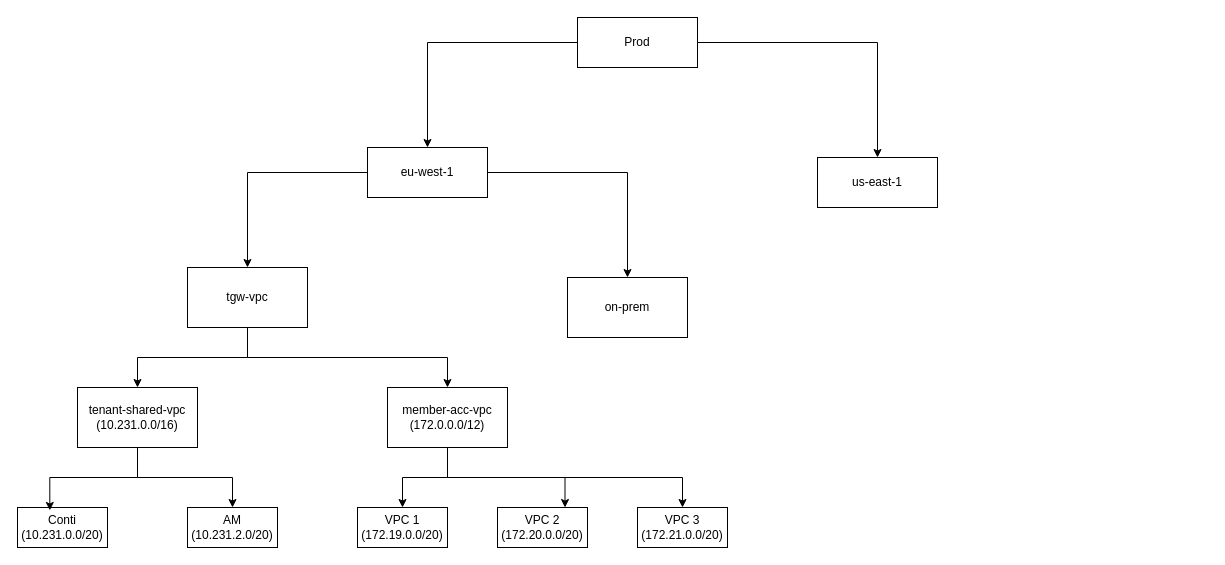
Above: ipam-structure.drawio in pranjal0791/aws-codepipeline-s3-codedeploy-linux (draw.io), before the change. Source tidied: cells renumbered, new cells numbered last; positions are measured from the earlier drawing's top-left corner, leaving out a move shared by most shapes. Both pictures are drawn from the tidied source at 100%, with x=0, y=0 at pixel (17, 17).
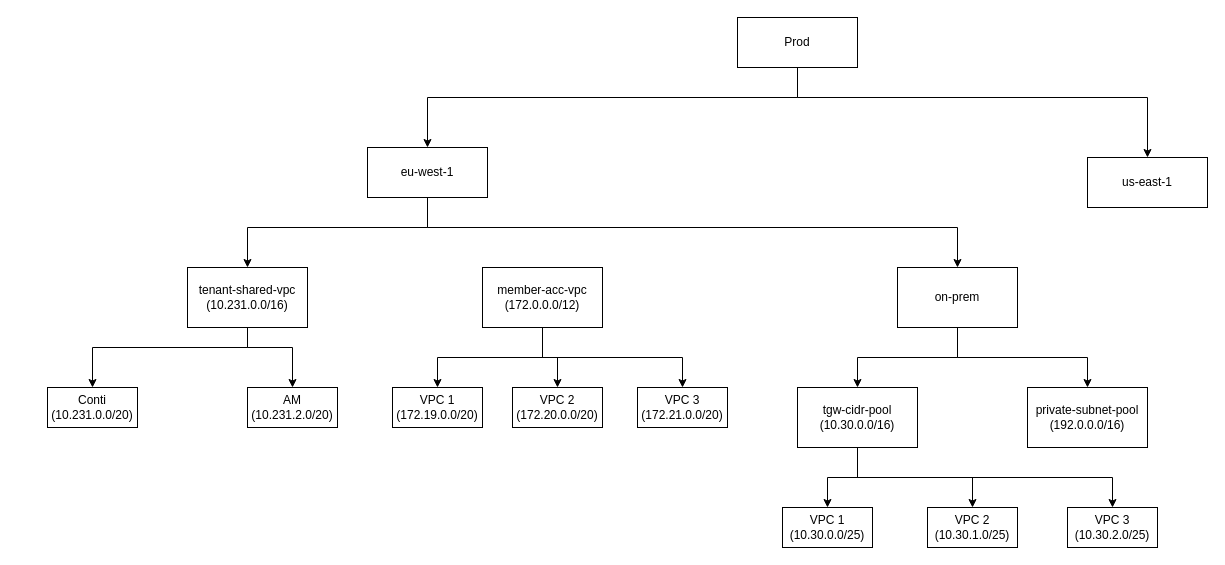
The same diagram, later.

The change refers to these unchanged cells:
```xml
<mxCell id="7" value="eu-west-1" style="rounded=0;whiteSpace=wrap;html=1;" parent="1" vertex="1">
  <mxGeometry x="350" y="130" width="120" height="50" as="geometry" />
</mxCell>
```

The edit, as a diff of the source:
```diff
@@
     <mxCell id="2" style="edgeStyle=orthogonalEdgeStyle;rounded=0;jettySize=auto;html=1;entryX=0.5;entryY=0;entryDx=0;entryDy=0;" parent="1" edge="1" source="4" target="7">
-      <mxGeometry relative="1" as="geometry" />
+      <mxGeometry relative="1" as="geometry">
+        <Array as="points">
+          <mxPoint x="780" y="80" />
+          <mxPoint x="410" y="80" />
+        </Array>
+      </mxGeometry>
     </mxCell>
     <mxCell id="3" style="edgeStyle=orthogonalEdgeStyle;rounded=0;jettySize=auto;html=1;" parent="1" edge="1" source="4" target="8">
-      <mxGeometry relative="1" as="geometry" />
+      <mxGeometry relative="1" as="geometry">
+        <Array as="points">
+          <mxPoint x="780" y="80" />
+          <mxPoint x="1130" y="80" />
+        </Array>
+      </mxGeometry>
     </mxCell>
     <mxCell id="4" value="Prod" style="rounded=0;whiteSpace=wrap;html=1;" parent="1" vertex="1">
-      <mxGeometry x="560" width="120" height="50" as="geometry" />
+      <mxGeometry x="720" width="120" height="50" as="geometry" />
     </mxCell>
     <mxCell id="5" style="edgeStyle=orthogonalEdgeStyle;rounded=0;jettySize=auto;html=1;entryX=0.5;entryY=0;entryDx=0;entryDy=0;" parent="1" edge="1" source="7" target="12">
-      <mxGeometry relative="1" as="geometry" />
+      <mxGeometry relative="1" as="geometry">
+        <Array as="points">
+          <mxPoint x="410" y="210" />
+          <mxPoint x="230" y="210" />
+        </Array>
+      </mxGeometry>
     </mxCell>
     <mxCell id="6" style="edgeStyle=orthogonalEdgeStyle;rounded=0;jettySize=auto;html=1;" parent="1" edge="1" source="7" target="9">
-      <mxGeometry relative="1" as="geometry" />
+      <mxGeometry relative="1" as="geometry">
+        <Array as="points">
+          <mxPoint x="410" y="210" />
+          <mxPoint x="940" y="210" />
+        </Array>
+      </mxGeometry>
     </mxCell>
@@
     <mxCell id="8" value="us-east-1" style="rounded=0;whiteSpace=wrap;html=1;" parent="1" vertex="1">
-      <mxGeometry x="800" y="140" width="120" height="50" as="geometry" />
+      <mxGeometry x="1070" y="140" width="120" height="50" as="geometry" />
     </mxCell>
+    <mxCell id="25" style="edgeStyle=orthogonalEdgeStyle;rounded=0;jettySize=auto;html=1;entryX=0.5;entryY=0;entryDx=0;entryDy=0;" parent="1" edge="1" source="9" target="32">
+      <mxGeometry relative="1" as="geometry" />
+    </mxCell>
+    <mxCell id="26" style="edgeStyle=orthogonalEdgeStyle;rounded=0;jettySize=auto;html=1;" parent="1" edge="1" source="9" target="33">
+      <mxGeometry relative="1" as="geometry">
+        <Array as="points">
+          <mxPoint x="940" y="340" />
+          <mxPoint x="1070" y="340" />
+        </Array>
+      </mxGeometry>
+    </mxCell>
     <mxCell id="9" value="on-prem" style="rounded=0;whiteSpace=wrap;html=1;" parent="1" vertex="1">
-      <mxGeometry x="550" y="260" width="120" height="60" as="geometry" />
+      <mxGeometry x="880" y="250" width="120" height="60" as="geometry" />
     </mxCell>
-    <mxCell id="10" style="edgeStyle=orthogonalEdgeStyle;rounded=0;jettySize=auto;html=1;" parent="1" edge="1" source="12" target="14">
-      <mxGeometry relative="1" as="geometry" />
-    </mxCell>
-    <mxCell id="11" style="edgeStyle=orthogonalEdgeStyle;rounded=0;jettySize=auto;html=1;" parent="1" edge="1" source="12" target="18">
-      <mxGeometry relative="1" as="geometry">
-        <Array as="points">
-          <mxPoint x="230" y="340" />
-          <mxPoint x="430" y="340" />
-        </Array>
-      </mxGeometry>
-    </mxCell>
+    <mxCell id="27" style="edgeStyle=orthogonalEdgeStyle;rounded=0;jettySize=auto;html=1;entryX=0.5;entryY=0;entryDx=0;entryDy=0;" parent="1" edge="1" source="12" target="19">
+      <mxGeometry relative="1" as="geometry">
+        <Array as="points">
+          <mxPoint x="230" y="330" />
+          <mxPoint x="75" y="330" />
+        </Array>
+      </mxGeometry>
+    </mxCell>
+    <mxCell id="28" style="edgeStyle=orthogonalEdgeStyle;rounded=0;jettySize=auto;html=1;entryX=0.5;entryY=0;entryDx=0;entryDy=0;" parent="1" edge="1" source="12" target="20">
+      <mxGeometry relative="1" as="geometry">
+        <Array as="points">
+          <mxPoint x="230" y="330" />
+          <mxPoint x="275" y="330" />
+        </Array>
+      </mxGeometry>
+    </mxCell>
-    <mxCell id="12" value="tgw-vpc" style="rounded=0;whiteSpace=wrap;html=1;" parent="1" vertex="1">
+    <mxCell id="12" value="tenant-shared-vpc&lt;div&gt;(10.231.0.0/16)&lt;/div&gt;" style="rounded=0;whiteSpace=wrap;html=1;" parent="1" vertex="1">
       <mxGeometry x="170" y="250" width="120" height="60" as="geometry" />
     </mxCell>
-    <mxCell id="13" style="edgeStyle=orthogonalEdgeStyle;rounded=0;jettySize=auto;html=1;" parent="1" edge="1" source="14" target="20">
-      <mxGeometry relative="1" as="geometry" />
-    </mxCell>
-    <mxCell id="14" value="tenant-shared-vpc&lt;div&gt;(10.231.0.0/16)&lt;/div&gt;" style="rounded=0;whiteSpace=wrap;html=1;" parent="1" vertex="1">
-      <mxGeometry x="60" y="370" width="120" height="60" as="geometry" />
-    </mxCell>
+    <mxCell id="19" value="Conti (10.231.0.0/20)" style="rounded=0;whiteSpace=wrap;html=1;" parent="1" vertex="1">
+      <mxGeometry x="30" y="370" width="90" height="40" as="geometry" />
+    </mxCell>
+    <mxCell id="20" value="AM (10.231.2.0/20)" style="rounded=0;whiteSpace=wrap;html=1;" parent="1" vertex="1">
+      <mxGeometry x="230" y="370" width="90" height="40" as="geometry" />
+    </mxCell>
+    <mxCell id="22" value="VPC 1 (172.19.0.0/20)" style="rounded=0;whiteSpace=wrap;html=1;" parent="1" vertex="1">
+      <mxGeometry x="375" y="370" width="90" height="40" as="geometry" />
+    </mxCell>
+    <mxCell id="23" value="VPC 2 (172.20.0.0/20)" style="rounded=0;whiteSpace=wrap;html=1;" parent="1" vertex="1">
+      <mxGeometry x="495" y="370" width="90" height="40" as="geometry" />
+    </mxCell>
+    <mxCell id="24" value="VPC 3 (172.21.0.0/20)" style="rounded=0;whiteSpace=wrap;html=1;" parent="1" vertex="1">
+      <mxGeometry x="620" y="370" width="90" height="40" as="geometry" />
+    </mxCell>
+    <mxCell id="29" style="edgeStyle=orthogonalEdgeStyle;rounded=0;jettySize=auto;html=1;entryX=0.5;entryY=0;entryDx=0;entryDy=0;" parent="1" edge="1" source="32" target="34">
+      <mxGeometry relative="1" as="geometry" />
+    </mxCell>
+    <mxCell id="30" style="edgeStyle=orthogonalEdgeStyle;rounded=0;jettySize=auto;html=1;" parent="1" edge="1" source="32" target="36">
+      <mxGeometry relative="1" as="geometry">
+        <Array as="points">
+          <mxPoint x="840" y="460" />
+          <mxPoint x="955" y="460" />
+        </Array>
+      </mxGeometry>
+    </mxCell>
+    <mxCell id="31" style="edgeStyle=orthogonalEdgeStyle;rounded=0;jettySize=auto;html=1;" parent="1" edge="1" source="32" target="35">
+      <mxGeometry relative="1" as="geometry">
+        <Array as="points">
+          <mxPoint x="840" y="460" />
+          <mxPoint x="1095" y="460" />
+        </Array>
+      </mxGeometry>
+    </mxCell>
+    <mxCell id="32" value="tgw-cidr-pool&lt;div&gt;(10.30.0.0/16)&lt;/div&gt;" style="rounded=0;whiteSpace=wrap;html=1;" parent="1" vertex="1">
+      <mxGeometry x="780" y="370" width="120" height="60" as="geometry" />
+    </mxCell>
+    <mxCell id="33" value="private-subnet-pool&lt;div&gt;(192.0.0.0/16)&lt;/div&gt;" style="rounded=0;whiteSpace=wrap;html=1;" parent="1" vertex="1">
+      <mxGeometry x="1010" y="370" width="120" height="60" as="geometry" />
+    </mxCell>
+    <mxCell id="34" value="VPC 1 (10.30.0.0/25)" style="rounded=0;whiteSpace=wrap;html=1;" parent="1" vertex="1">
+      <mxGeometry x="765" y="490" width="90" height="40" as="geometry" />
+    </mxCell>
+    <mxCell id="35" value="VPC 3 (10.30.2.0/25)" style="rounded=0;whiteSpace=wrap;html=1;" parent="1" vertex="1">
+      <mxGeometry x="1050" y="490" width="90" height="40" as="geometry" />
+    </mxCell>
+    <mxCell id="36" value="VPC 2 (10.30.1.0/25)" style="rounded=0;whiteSpace=wrap;html=1;" parent="1" vertex="1">
+      <mxGeometry x="910" y="490" width="90" height="40" as="geometry" />
+    </mxCell>
-    <mxCell id="15" style="edgeStyle=orthogonalEdgeStyle;rounded=0;jettySize=auto;html=1;" parent="1" edge="1" source="18" target="22">
+    <mxCell id="15" style="edgeStyle=orthogonalEdgeStyle;rounded=0;jettySize=auto;html=1;entryX=0.5;entryY=0;entryDx=0;entryDy=0;" parent="1" edge="1" source="18" target="22">
       <mxGeometry relative="1" as="geometry" />
     </mxCell>
-    <mxCell id="16" style="edgeStyle=orthogonalEdgeStyle;rounded=0;jettySize=auto;html=1;entryX=0.75;entryY=0;entryDx=0;entryDy=0;" parent="1" edge="1" source="18" target="23">
+    <mxCell id="16" style="edgeStyle=orthogonalEdgeStyle;rounded=0;jettySize=auto;html=1;entryX=0.5;entryY=0;entryDx=0;entryDy=0;" parent="1" edge="1" source="18" target="23">
       <mxGeometry relative="1" as="geometry" />
     </mxCell>
-    <mxCell id="17" style="edgeStyle=orthogonalEdgeStyle;rounded=0;jettySize=auto;html=1;entryX=0.5;entryY=0;entryDx=0;entryDy=0;" parent="1" edge="1" source="18" target="24">
+    <mxCell id="17" style="edgeStyle=orthogonalEdgeStyle;rounded=0;jettySize=auto;html=1;" parent="1" edge="1" source="18" target="24">
       <mxGeometry relative="1" as="geometry">
         <Array as="points">
-          <mxPoint x="430" y="460" />
-          <mxPoint x="665" y="460" />
+          <mxPoint x="525" y="340" />
+          <mxPoint x="665" y="340" />
         </Array>
       </mxGeometry>
     </mxCell>
     <mxCell id="18" value="member-acc-vpc&lt;div&gt;(172.0.0.0/12)&lt;/div&gt;" style="rounded=0;whiteSpace=wrap;html=1;" parent="1" vertex="1">
-      <mxGeometry x="370" y="370" width="120" height="60" as="geometry" />
+      <mxGeometry x="465" y="250" width="120" height="60" as="geometry" />
     </mxCell>
-    <mxCell id="19" value="Conti (10.231.0.0/20)" style="rounded=0;whiteSpace=wrap;html=1;" parent="1" vertex="1">
-      <mxGeometry y="490" width="90" height="40" as="geometry" />
-    </mxCell>
-    <mxCell id="20" value="AM (10.231.2.0/20)" style="rounded=0;whiteSpace=wrap;html=1;" parent="1" vertex="1">
-      <mxGeometry x="170" y="490" width="90" height="40" as="geometry" />
-    </mxCell>
-    <mxCell id="21" style="edgeStyle=orthogonalEdgeStyle;rounded=0;jettySize=auto;html=1;entryX=0.359;entryY=0.074;entryDx=0;entryDy=0;entryPerimeter=0;" parent="1" edge="1" source="14" target="19">
-      <mxGeometry relative="1" as="geometry" />
-    </mxCell>
-    <mxCell id="22" value="VPC 1 (172.19.0.0/20)" style="rounded=0;whiteSpace=wrap;html=1;" parent="1" vertex="1">
-      <mxGeometry x="340" y="490" width="90" height="40" as="geometry" />
-    </mxCell>
-    <mxCell id="23" value="VPC 2 (172.20.0.0/20)" style="rounded=0;whiteSpace=wrap;html=1;" parent="1" vertex="1">
-      <mxGeometry x="480" y="490" width="90" height="40" as="geometry" />
-    </mxCell>
-    <mxCell id="24" value="VPC 3 (172.21.0.0/20)" style="rounded=0;whiteSpace=wrap;html=1;" parent="1" vertex="1">
-      <mxGeometry x="620" y="490" width="90" height="40" as="geometry" />
-    </mxCell>
```
